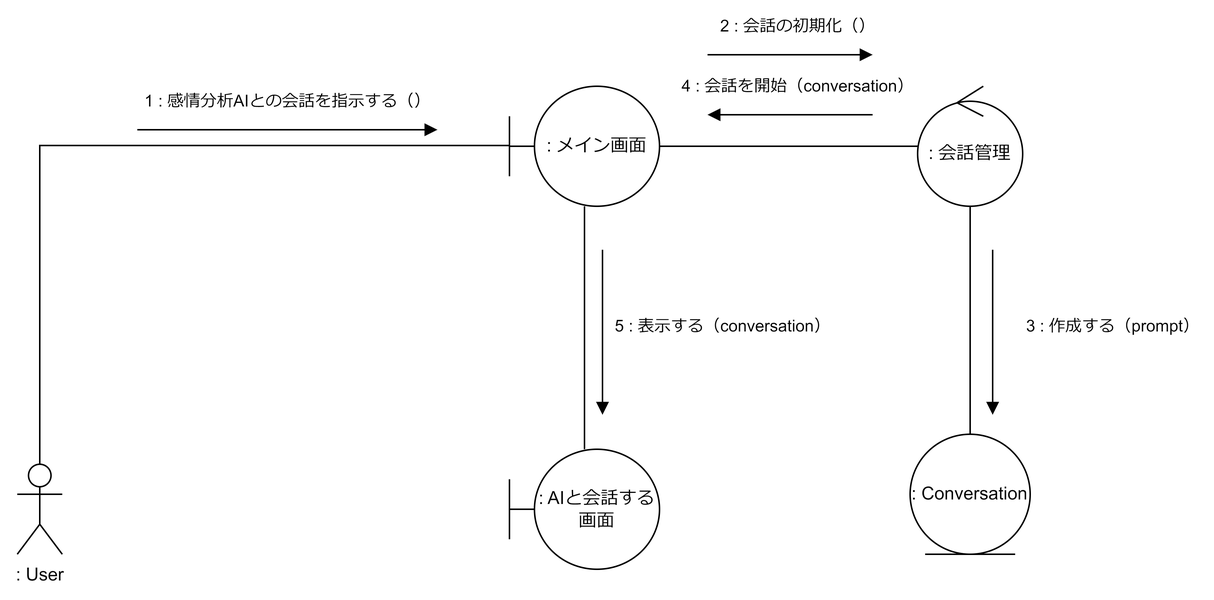
Above: spec/figure_communication/export/#003_communication.png in ut42univ/EmoDialog (draw.io), before the change. Source tidied: cells renumbered, new cells last; positions are measured from the earlier drawing's top-left corner, leaving out a move shared by most shapes.
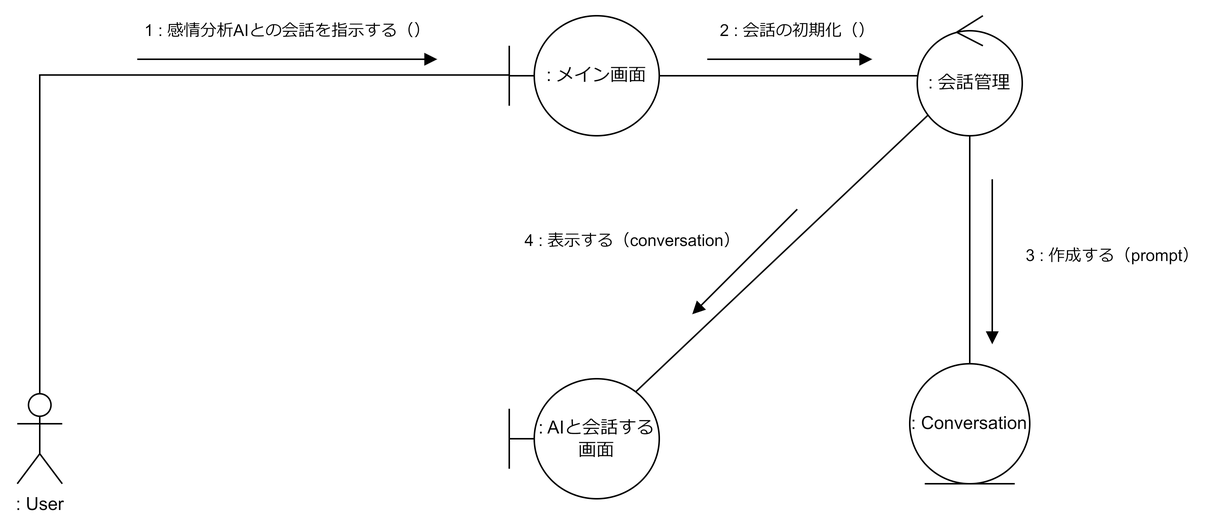
Later version of the same file.

The edit, as a diff of the source:
```diff
@@ -12,7 +12,7 @@
     <mxCell id="3" value=": User" style="shape=umlActor;verticalLabelPosition=bottom;verticalAlign=top;html=1;outlineConnect=0;" parent="1" vertex="1">
       <mxGeometry y="273" width="30" height="60" as="geometry" />
     </mxCell>
-    <mxCell id="4" style="edgeStyle=orthogonalEdgeStyle;rounded=0;html=1;endArrow=none;endFill=0;" parent="1" edge="1" source="6" target="8">
+    <mxCell id="4" style="rounded=0;html=1;endArrow=none;endFill=0;entryX=0.843;entryY=0.109;entryDx=0;entryDy=0;entryPerimeter=0;" parent="1" edge="1" source="11" target="8">
       <mxGeometry relative="1" as="geometry" />
     </mxCell>
     <mxCell id="5" style="edgeStyle=none;html=1;rounded=0;endArrow=none;endFill=0;" parent="1" edge="1" source="6" target="11">
@@ -30,10 +30,10 @@
     <mxCell id="8" value=": AIと会話する画面" style="shape=umlBoundary;whiteSpace=wrap;html=1;" parent="1" vertex="1">
       <mxGeometry x="328" y="263" width="100" height="80" as="geometry" />
     </mxCell>
-    <mxCell id="9" value="5 : 表示する（conversation）" style="html=1;verticalAlign=bottom;endArrow=block;rounded=0;" parent="1" edge="1">
-      <mxGeometry x="0.09" y="80" relative="1" as="geometry">
-        <mxPoint x="390" y="130" as="sourcePoint" />
-        <mxPoint x="390" y="240" as="targetPoint" />
+    <mxCell id="9" value="4 : 表示する（conversation）" style="html=1;verticalAlign=bottom;endArrow=block;rounded=0;" parent="1" edge="1">
+      <mxGeometry x="1" y="-57" relative="1" as="geometry">
+        <mxPoint x="520" y="150" as="sourcePoint" />
+        <mxPoint x="450" y="220" as="targetPoint" />
       </mxGeometry>
     </mxCell>
     <mxCell id="10" style="edgeStyle=none;rounded=0;html=1;endArrow=none;endFill=0;" parent="1" edge="1" source="11" target="13">
@@ -44,8 +44,8 @@
     </mxCell>
     <mxCell id="12" value="2 : 会話の初期化（）" style="html=1;verticalAlign=bottom;endArrow=block;rounded=0;" parent="1" edge="1">
       <mxGeometry x="0.09" y="10" relative="1" as="geometry">
-        <mxPoint x="460" as="sourcePoint" />
-        <mxPoint x="570" as="targetPoint" />
+        <mxPoint x="460" y="50" as="sourcePoint" />
+        <mxPoint x="570" y="50" as="targetPoint" />
       </mxGeometry>
     </mxCell>
     <mxCell id="13" value=": Conversation" style="ellipse;shape=umlEntity;whiteSpace=wrap;html=1;" parent="1" vertex="1">
@@ -57,11 +57,5 @@
         <mxPoint x="650" y="240" as="targetPoint" />
       </mxGeometry>
     </mxCell>
-    <mxCell id="15" value="4 : 会話を開始（conversation）" style="html=1;verticalAlign=bottom;endArrow=block;rounded=0;" parent="1" edge="1">
-      <mxGeometry x="-0.09" y="-10" relative="1" as="geometry">
-        <mxPoint x="570" y="40" as="sourcePoint" />
-        <mxPoint x="460" y="40" as="targetPoint" />
-      </mxGeometry>
-    </mxCell>
   </root>
 </mxGraphModel>
```
